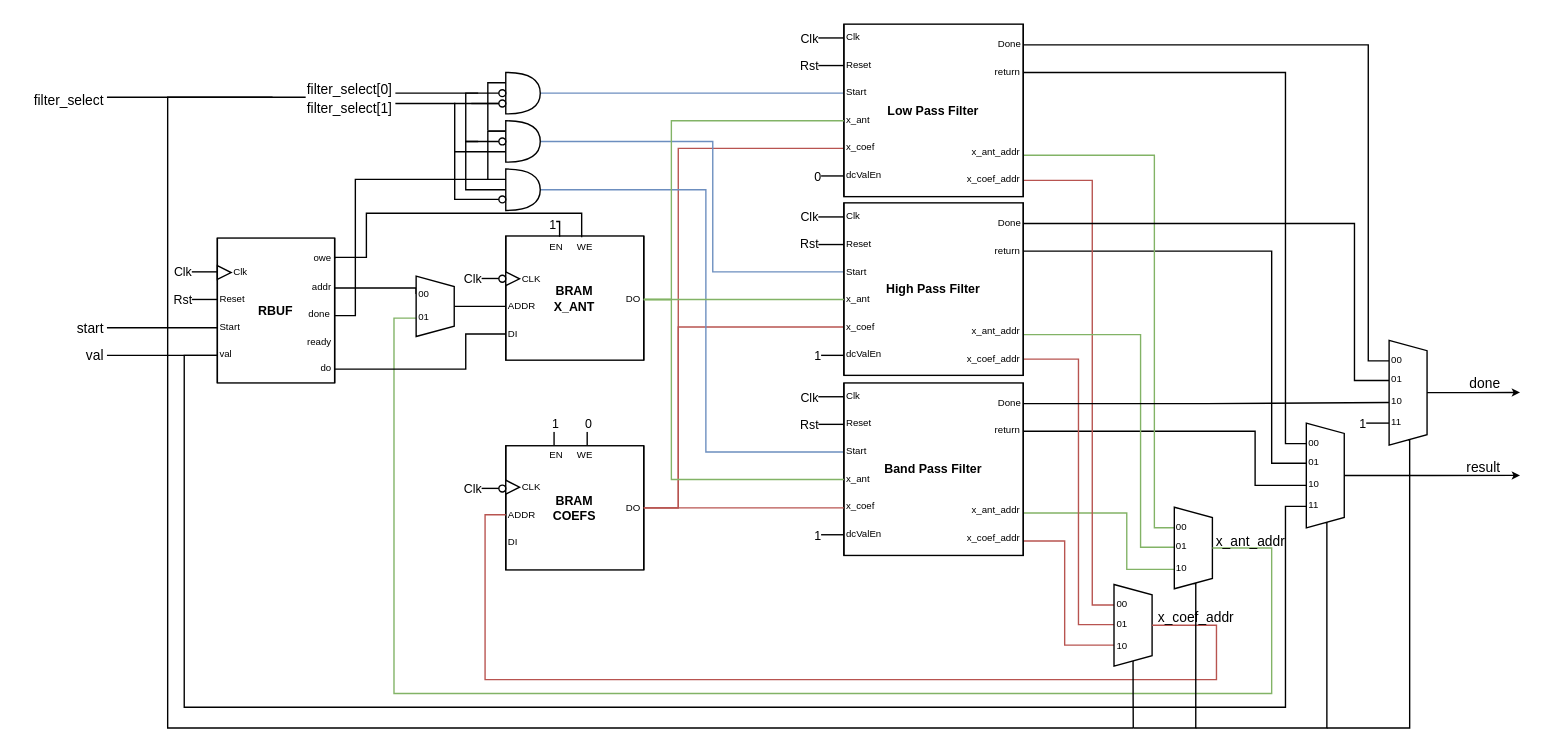
Before: page "Filters_IP" (5 of 9) of design/BlockDiagram.drawio in ESRGgroup9/oscilloscope_fpga, a draw.io diagram. Source tidied: cells renumbered, new cells numbered last; positions are measured from the earlier drawing's top-left corner, leaving out a move shared by most shapes. Both pictures are drawn from the tidied source at 138%, with x=0, y=0 at pixel (23, 23).
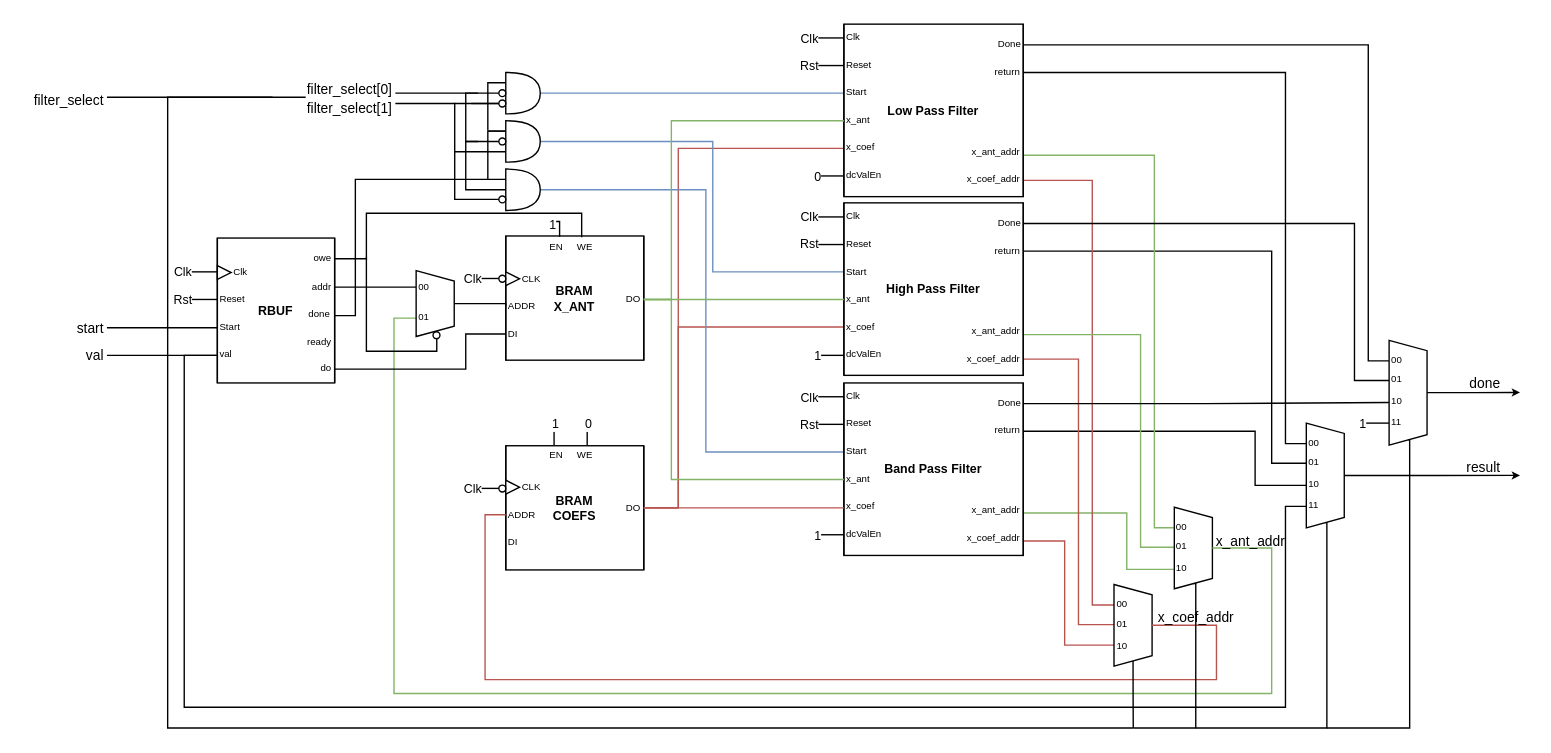
Above is the later version.

Commit message (it also covers changes not shown here):
Filters IP detailed

Unchanged cells that the change refers to:
```xml
<mxCell id="9" value="WE" style="text;html=1;align=left;verticalAlign=middle;whiteSpace=wrap;rounded=0;fontSize=7;" parent="2" vertex="1">
  <mxGeometry x="50" y="0.5" width="20" height="15.5" as="geometry" />
</mxCell>
<mxCell id="151" value="owe" style="text;html=1;align=right;verticalAlign=middle;whiteSpace=wrap;rounded=0;fontSize=7;" parent="144" vertex="1">
  <mxGeometry x="65" y="5" width="20" height="20" as="geometry" />
</mxCell>
```

Change to the diagram source:
```diff
@@
-    <mxCell id="157" style="group;" parent="1" vertex="1">
-      <mxGeometry x="284" y="177" width="27.6" height="59.1" as="geometry" />
-    </mxCell>
-    <mxCell id="158" value="10" style="text;html=1;align=left;verticalAlign=middle;whiteSpace=wrap;rounded=0;fontSize=7;" parent="157" vertex="1">
-      <mxGeometry y="40.1" width="15" height="9.8" as="geometry" />
-    </mxCell>
@@
-    <mxCell id="161" style="edgeStyle=orthogonalEdgeStyle;rounded=0;jettySize=auto;html=1;exitX=1;exitY=0.5;exitDx=0;exitDy=0;entryX=0.25;entryY=0;entryDx=0;entryDy=0;fontSize=10;endArrow=none;endFill=0;endSize=3;" parent="1" edge="1" source="151" target="9">
+    <mxCell id="161" style="edgeStyle=orthogonalEdgeStyle;rounded=0;jettySize=auto;html=1;entryX=0.25;entryY=0;entryDx=0;entryDy=0;fontSize=10;endArrow=none;endFill=0;endSize=3;exitX=1;exitY=0.5;exitDx=0;exitDy=0;" parent="1" edge="1" source="151" target="9">
       <mxGeometry relative="1" as="geometry">
         <Array as="points">
-          <mxPoint x="248" y="169" />
+          <mxPoint x="248" y="170" />
           <mxPoint x="248" y="137" />
           <mxPoint x="404" y="137" />
         </Array>
       </mxGeometry>
     </mxCell>
@@
+    <mxCell id="196" style="edgeStyle=orthogonalEdgeStyle;rounded=0;jettySize=auto;html=1;exitX=1;exitY=0.5;exitDx=0;exitDy=0;fontSize=10;endArrow=none;endFill=0;endSize=3;" parent="1" edge="1" source="158">
+      <mxGeometry relative="1" as="geometry">
+        <mxPoint x="248" y="169" as="targetPoint" />
+        <Array as="points">
+          <mxPoint x="299" y="237" />
+          <mxPoint x="248" y="237" />
+        </Array>
+      </mxGeometry>
+    </mxCell>
+    <mxCell id="197" style="group;" parent="1" vertex="1">
+      <mxGeometry x="284" y="177" width="27.6" height="59.1" as="geometry" />
+    </mxCell>
+    <mxCell id="157" style="group;" parent="197" vertex="1">
+      <mxGeometry width="27.6" height="59.1" as="geometry" />
+    </mxCell>
+    <mxCell id="158" value="10" style="text;html=1;align=left;verticalAlign=middle;whiteSpace=wrap;rounded=0;fontSize=7;" parent="157" vertex="1">
+      <mxGeometry y="40.1" width="15" height="9.8" as="geometry" />
+    </mxCell>
+    <mxCell id="198" style="ellipse;whiteSpace=wrap;html=1;fontSize=9;fillColor=default;" parent="157" vertex="1">
+      <mxGeometry x="12.3" y="45.9" width="5" height="5" as="geometry" />
+    </mxCell>
-    <mxCell id="193" style="shape=trapezoid;perimeter=trapezoidPerimeter;whiteSpace=wrap;html=1;fixedSize=1;verticalAlign=middle;fontSize=9;fontStyle=1;rotation=90;size=7.5;" parent="1" vertex="1">
-      <mxGeometry x="276" y="190.7" width="43.7" height="27.6" as="geometry" />
+    <mxCell id="193" style="shape=trapezoid;perimeter=trapezoidPerimeter;whiteSpace=wrap;html=1;fixedSize=1;verticalAlign=middle;fontSize=9;fontStyle=1;rotation=90;size=7.5;" parent="197" vertex="1">
+      <mxGeometry x="-10" y="11.7" width="47.7" height="27.6" as="geometry" />
     </mxCell>
-    <mxCell id="194" value="00" style="text;html=1;align=left;verticalAlign=middle;whiteSpace=wrap;rounded=0;fontSize=7;" parent="1" vertex="1">
-      <mxGeometry x="284" y="190.7" width="15" height="9.8" as="geometry" />
+    <mxCell id="194" value="00" style="text;html=1;align=left;verticalAlign=middle;whiteSpace=wrap;rounded=0;fontSize=7;" parent="197" vertex="1">
+      <mxGeometry y="8.7" width="15" height="9.8" as="geometry" />
     </mxCell>
-    <mxCell id="195" value="01" style="text;html=1;align=left;verticalAlign=middle;whiteSpace=wrap;rounded=0;fontSize=7;" parent="1" vertex="1">
-      <mxGeometry x="284" y="208.5" width="15" height="9.8" as="geometry" />
+    <mxCell id="195" value="01" style="text;html=1;align=left;verticalAlign=middle;whiteSpace=wrap;rounded=0;fontSize=7;" parent="197" vertex="1">
+      <mxGeometry y="31.5" width="15" height="9.8" as="geometry" />
     </mxCell>
```
